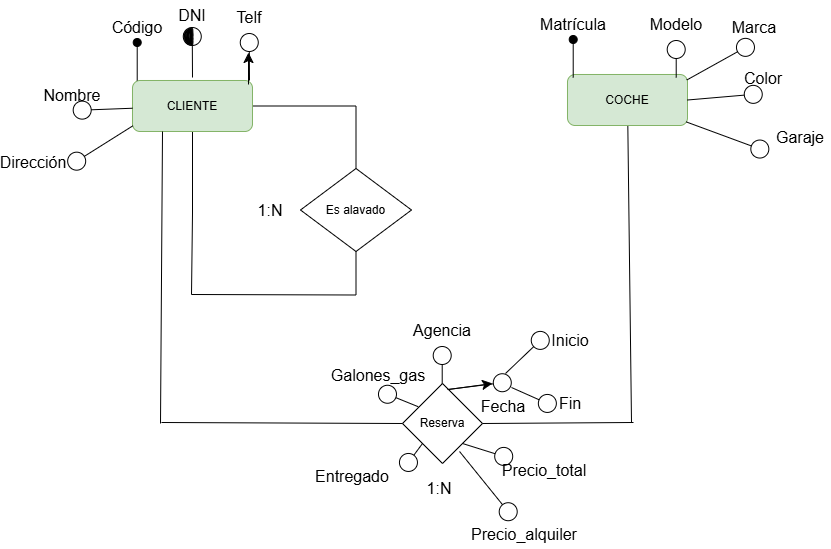
This is Data Base/Coches.drawio.png from Samue45/1-DAM, a draw.io export, as it was before one commit. Source tidied: cells renumbered, new cells last; positions are measured from the earlier drawing's top-left corner, leaving out a move shared by most shapes.
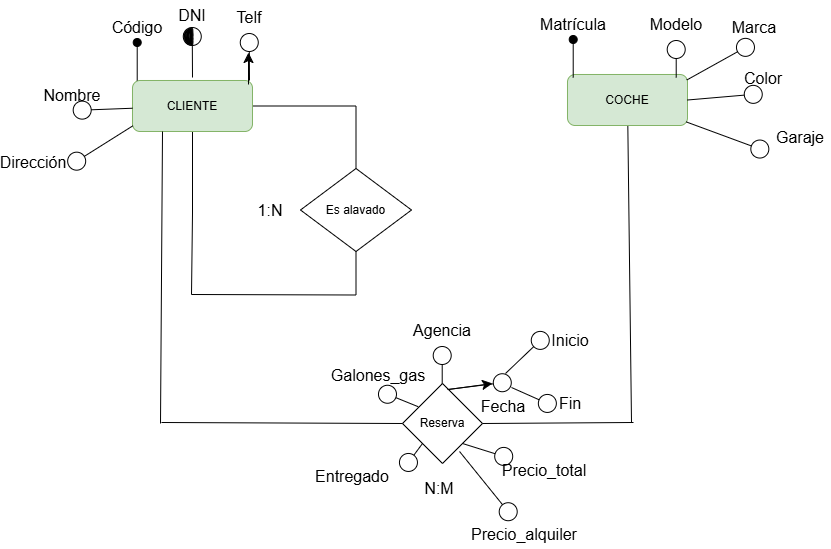
Above is the later version.

Change to the diagram source:
```diff
@@ -216,7 +216,7 @@
         <mxPoint x="399" y="470" as="targetPoint" />
       </mxGeometry>
     </mxCell>
-    <mxCell id="53" value="&lt;blockquote style=&quot;margin: 0 0 0 40px; border: none; padding: 0px;&quot;&gt;1:N&lt;/blockquote&gt;" style="text;html=1;align=center;verticalAlign=middle;whiteSpace=wrap;rounded=0;fontSize=16;" parent="1" vertex="1">
+    <mxCell id="53" value="&lt;blockquote style=&quot;margin: 0 0 0 40px; border: none; padding: 0px;&quot;&gt;N:M&lt;/blockquote&gt;" style="text;html=1;align=center;verticalAlign=middle;whiteSpace=wrap;rounded=0;fontSize=16;" parent="1" vertex="1">
       <mxGeometry x="386" y="473" width="60" height="30" as="geometry" />
     </mxCell>
   </root>
```
